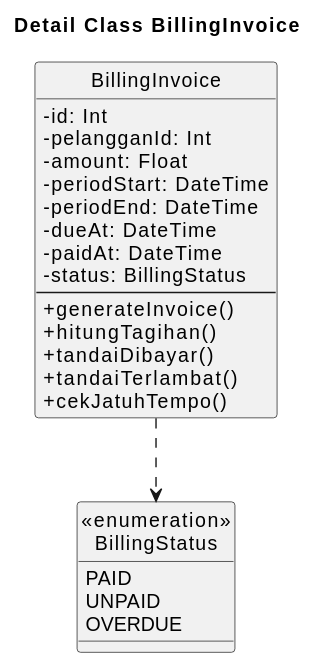
Before: docs/plantuml/detail-classes/detail-class-billing-invoice.svg, a diagram exported from PlantUML (janbu12/nemafi-be). Source of this version:
```plantuml
@startuml
title Detail Class BillingInvoice

skinparam classAttributeIconSize 0
hide circle

class BillingInvoice {
  - id: Int
  - pelangganId: Int
  - amount: Float
  - periodStart: DateTime
  - periodEnd: DateTime
  - dueAt: DateTime
  - paidAt: DateTime
  - status: BillingStatus
  --
  + generateInvoice()
  + hitungTagihan()
  + tandaiDibayar()
  + tandaiTerlambat()
  + cekJatuhTempo()
}

class "«enumeration»\nBillingStatus" as BillingStatus {
  PAID
  UNPAID
  OVERDUE
}

BillingInvoice ..> BillingStatus
@enduml
```
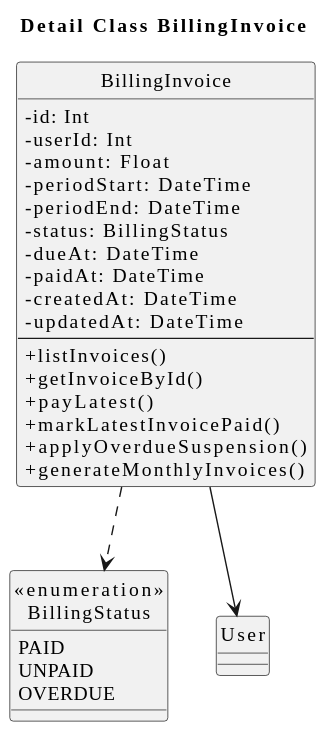
The same diagram one commit later.

Change to the diagram source:
```diff
@@ -2,23 +2,28 @@
 title Detail Class BillingInvoice
 
 skinparam classAttributeIconSize 0
+skinparam shadowing false
+skinparam defaultFontName "Times New Roman"
 hide circle
 
 class BillingInvoice {
   - id: Int
-  - pelangganId: Int
+  - userId: Int
   - amount: Float
   - periodStart: DateTime
   - periodEnd: DateTime
+  - status: BillingStatus
   - dueAt: DateTime
   - paidAt: DateTime
-  - status: BillingStatus
+  - createdAt: DateTime
+  - updatedAt: DateTime
   --
-  + generateInvoice()
-  + hitungTagihan()
-  + tandaiDibayar()
-  + tandaiTerlambat()
-  + cekJatuhTempo()
+  + listInvoices()
+  + getInvoiceById()
+  + payLatest()
+  + markLatestInvoicePaid()
+  + applyOverdueSuspension()
+  + generateMonthlyInvoices()
 }
 
 class "«enumeration»\nBillingStatus" as BillingStatus {
@@ -28,4 +33,5 @@
 }
 
 BillingInvoice ..> BillingStatus
+BillingInvoice --> User
 @enduml
```
